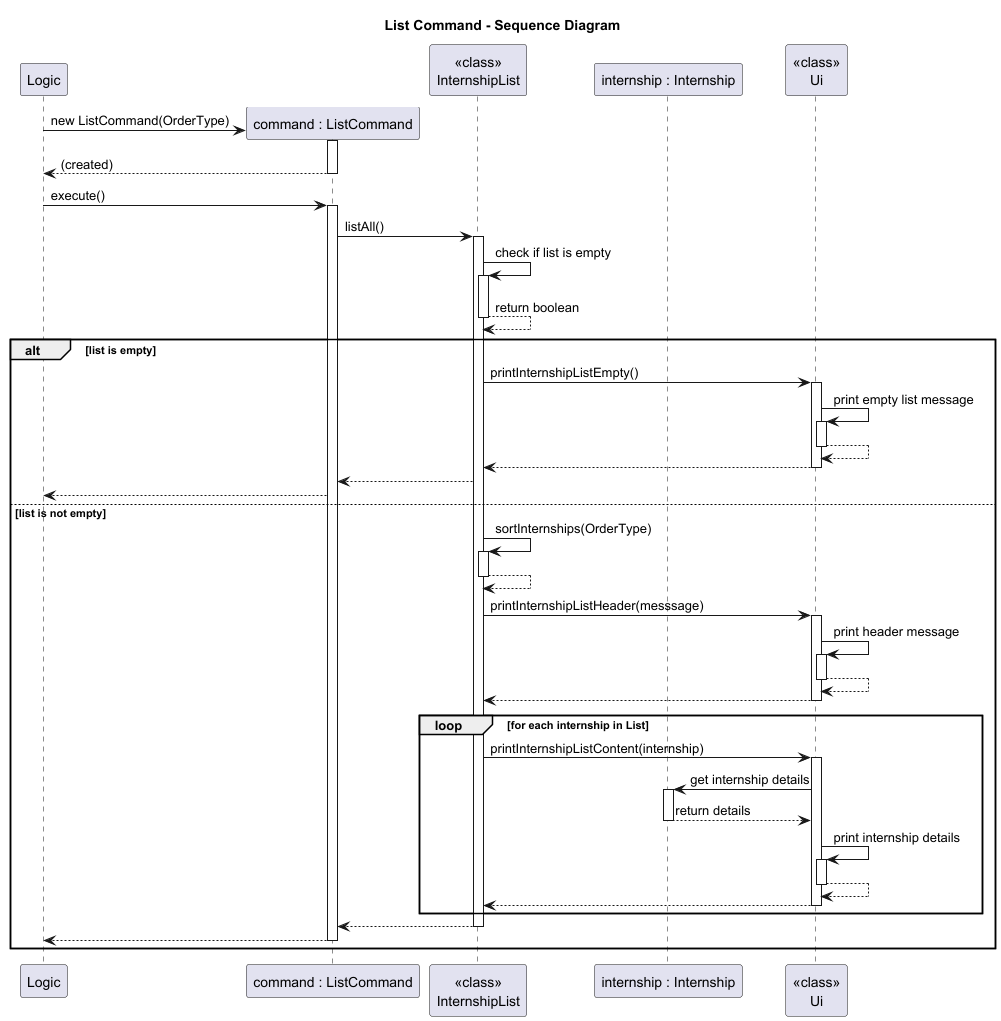
Before: docs/diagrams/ListCommandSD.png, a diagram exported from PlantUML (AY2526S1-CS2113-W14-4/tp).
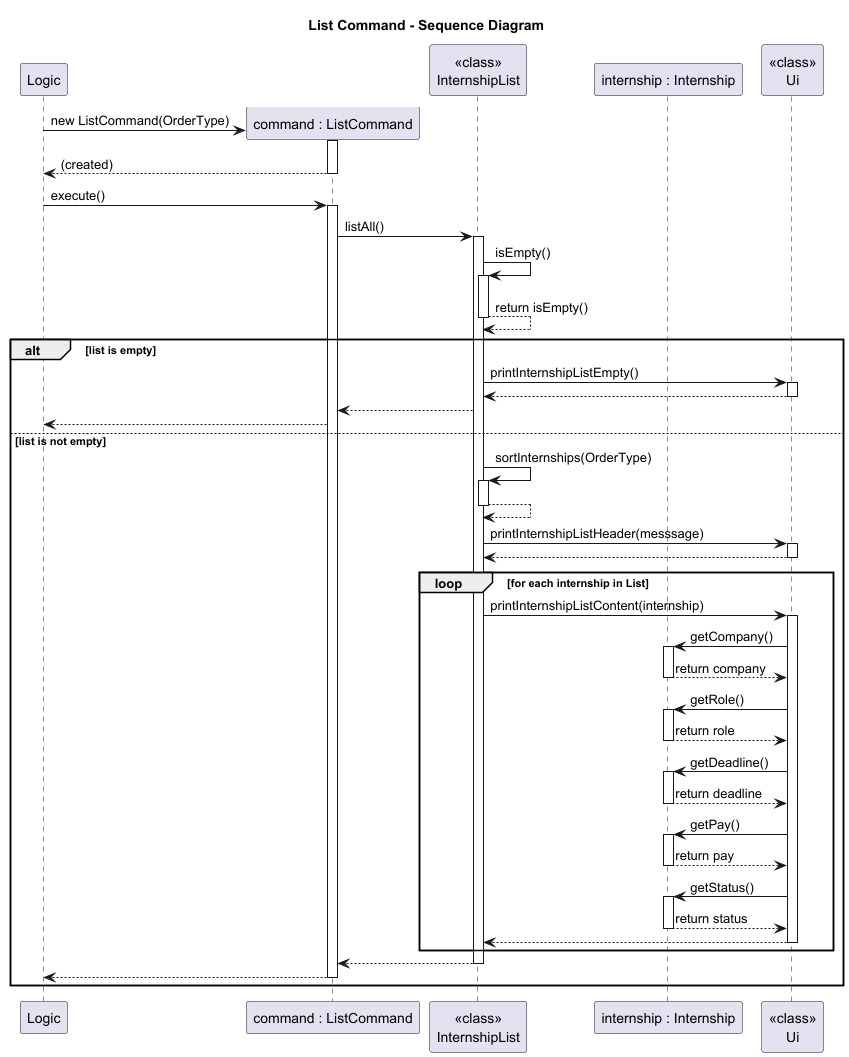
The same file after the commit.

What changed in the source:
```diff
@@ -1,4 +1,4 @@
-@startuml ModelComponentSD
+@startuml
 !include Style.puml
 title List Command - Sequence Diagram
 
@@ -20,17 +20,14 @@
 activate Command
 Command -> Model : listAll()
 activate Model
-Model -> Model : check if list is empty
+Model -> Model : isEmpty()
 activate Model
-Model --> Model : return boolean
+Model --> Model : return isEmpty()
 deactivate Model
 alt list is empty
     Model -> Ui : printInternshipListEmpty()
     activate Ui
-    Ui -> Ui : print empty list message
-    activate Ui
-    Ui --> Ui
-    deactivate Ui
+
     Ui --> Model
     deactivate Ui
     Model --> Command
@@ -42,24 +39,33 @@
     deactivate Model
     Model -> Ui : printInternshipListHeader(messsage)
     activate Ui
-    Ui -> Ui : print header message
-    activate Ui
-    Ui --> Ui
-    deactivate Ui
+
     Ui --> Model
     deactivate Ui
     loop for each internship in List
 
         Model -> Ui : printInternshipListContent(internship)
         activate Ui
-        Ui -> internship : get internship details
+        Ui -> internship : getCompany()
         activate internship
-        internship --> Ui : return details
+        internship --> Ui : return company
         deactivate internship
-        Ui -> Ui : print internship details
-        activate Ui
-        Ui --> Ui
-        deactivate Ui
+        Ui -> internship : getRole()
+        activate internship
+        internship --> Ui : return role
+        deactivate internship
+        Ui -> internship : getDeadline()
+        activate internship
+        internship --> Ui : return deadline
+        deactivate internship
+        Ui -> internship : getPay()
+        activate internship
+        internship --> Ui : return pay
+        deactivate internship
+        Ui -> internship : getStatus()
+        activate internship
+        internship --> Ui : return status
+        deactivate internship
         Ui --> Model
         deactivate Ui
     end
```
